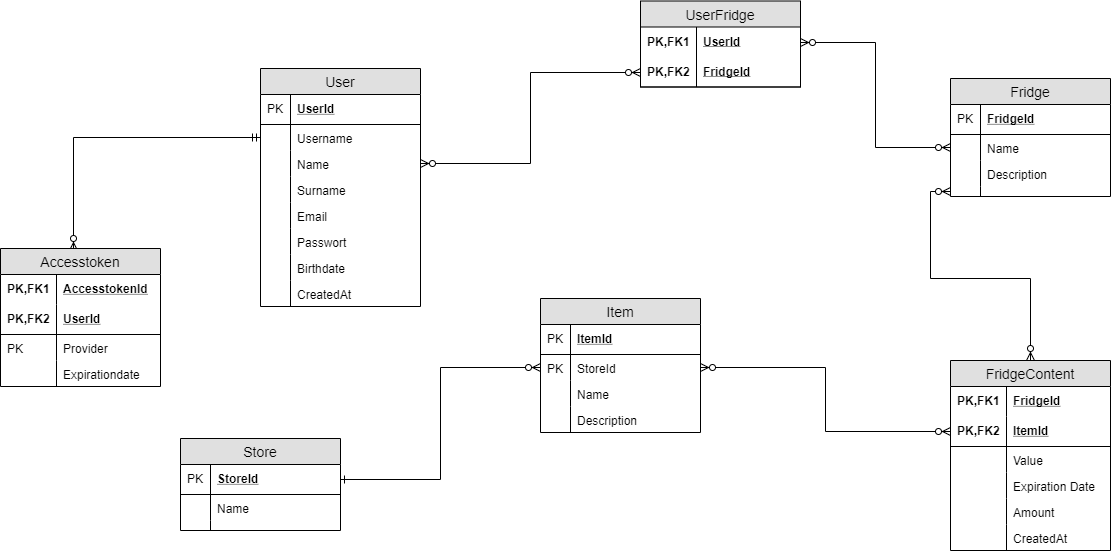
This is documentation/database/Fridgify_Tables.png from Fridgify/Fridgify, a draw.io export, as it was before one commit. Source tidied: cells renumbered, new cells last; positions are measured from the earlier drawing's top-left corner, leaving out a move shared by most shapes.
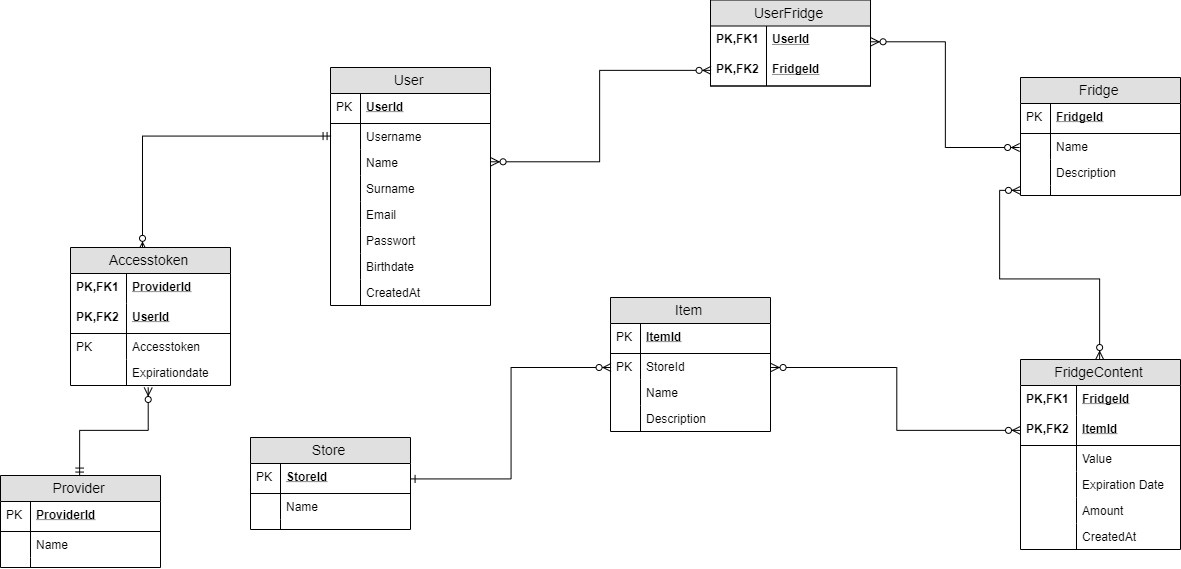
Above is the later version.

Commit message:
update table structure - added provider table and changed fk structure of accesstoken

Change to the diagram source:
```diff
@@ -179,7 +179,7 @@
     <mxCell id="60" value="Accesstoken" style="swimlane;fontStyle=0;horizontal=1;startSize=26;fillColor=#e0e0e0;swimlaneFillColor=#ffffff;align=center;fontSize=14;" parent="1" vertex="1">
       <mxGeometry y="248" width="160" height="138" as="geometry" />
     </mxCell>
-    <mxCell id="61" value="AccesstokenId" style="shape=partialRectangle;top=0;left=0;right=0;bottom=0;align=left;verticalAlign=middle;fillColor=none;spacingLeft=60;spacingRight=4;overflow=hidden;fontStyle=5;fontSize=12;" parent="60" vertex="1">
+    <mxCell id="61" value="ProviderId" style="shape=partialRectangle;top=0;left=0;right=0;bottom=0;align=left;verticalAlign=middle;fillColor=none;spacingLeft=60;spacingRight=4;overflow=hidden;fontStyle=5;fontSize=12;" parent="60" vertex="1">
       <mxGeometry y="26" width="160" height="30" as="geometry" />
     </mxCell>
     <mxCell id="62" value="PK,FK1" style="shape=partialRectangle;fontStyle=1;top=0;left=0;bottom=0;fillColor=none;align=left;verticalAlign=middle;spacingLeft=4;spacingRight=4;overflow=hidden;fontSize=12;" parent="61" vertex="1">
@@ -191,7 +191,7 @@
     <mxCell id="64" value="PK,FK2" style="shape=partialRectangle;fontStyle=1;top=0;left=0;bottom=0;fillColor=none;align=left;verticalAlign=middle;spacingLeft=4;spacingRight=4;overflow=hidden;fontSize=12;" parent="63" vertex="1">
       <mxGeometry width="56" height="30" as="geometry" />
     </mxCell>
-    <mxCell id="65" value="Provider" style="shape=partialRectangle;top=0;left=0;right=0;bottom=0;align=left;verticalAlign=top;fillColor=none;spacingLeft=60;spacingRight=4;overflow=hidden;fontSize=12;" parent="60" vertex="1">
+    <mxCell id="65" value="Accesstoken" style="shape=partialRectangle;top=0;left=0;right=0;bottom=0;align=left;verticalAlign=top;fillColor=none;spacingLeft=60;spacingRight=4;overflow=hidden;fontSize=12;" parent="60" vertex="1">
       <mxGeometry y="86" width="160" height="26" as="geometry" />
     </mxCell>
     <mxCell id="66" value="PK" style="shape=partialRectangle;top=0;left=0;bottom=0;fillColor=none;align=left;verticalAlign=top;spacingLeft=4;spacingRight=4;overflow=hidden;fontSize=12;" parent="65" vertex="1">
@@ -227,5 +227,29 @@
     <mxCell id="76" style="edgeStyle=orthogonalEdgeStyle;rounded=0;jettySize=auto;html=1;exitX=1;exitY=0.5;exitDx=0;exitDy=0;entryX=0;entryY=0.5;entryDx=0;entryDy=0;startArrow=ERone;startFill=0;endArrow=ERzeroToMany;endFill=1;" parent="1" edge="1" source="70" target="31">
       <mxGeometry relative="1" as="geometry" />
     </mxCell>
+    <mxCell id="77" style="edgeStyle=orthogonalEdgeStyle;rounded=0;jettySize=auto;html=1;exitX=0.5;exitY=0;exitDx=0;exitDy=0;entryX=0.492;entryY=1.027;entryDx=0;entryDy=0;entryPerimeter=0;endArrow=ERzeroToMany;endFill=1;startArrow=ERmandOne;startFill=0;" parent="1" edge="1" source="78" target="67">
+      <mxGeometry relative="1" as="geometry" />
+    </mxCell>
+    <mxCell id="78" value="Provider" style="swimlane;fontStyle=0;horizontal=1;startSize=26;fillColor=#e0e0e0;swimlaneFillColor=#ffffff;align=center;fontSize=14;" parent="1" vertex="1">
+      <mxGeometry x="-70" y="476" width="160" height="92" as="geometry" />
+    </mxCell>
+    <mxCell id="79" value="ProviderId" style="shape=partialRectangle;top=0;left=0;right=0;bottom=1;align=left;verticalAlign=middle;fillColor=none;spacingLeft=34;spacingRight=4;overflow=hidden;fontStyle=5;fontSize=12;" parent="78" vertex="1">
+      <mxGeometry y="26" width="160" height="30" as="geometry" />
+    </mxCell>
+    <mxCell id="80" value="PK" style="shape=partialRectangle;top=0;left=0;bottom=0;fillColor=none;align=left;verticalAlign=middle;spacingLeft=4;spacingRight=4;overflow=hidden;fontSize=12;" parent="79" vertex="1">
+      <mxGeometry width="30" height="30" as="geometry" />
+    </mxCell>
+    <mxCell id="81" value="Name" style="shape=partialRectangle;top=0;left=0;right=0;bottom=0;align=left;verticalAlign=top;fillColor=none;spacingLeft=34;spacingRight=4;overflow=hidden;fontSize=12;" parent="78" vertex="1">
+      <mxGeometry y="56" width="160" height="26" as="geometry" />
+    </mxCell>
+    <mxCell id="82" style="shape=partialRectangle;top=0;left=0;bottom=0;fillColor=none;align=left;verticalAlign=top;spacingLeft=4;spacingRight=4;overflow=hidden;fontSize=12;" parent="81" vertex="1">
+      <mxGeometry width="30" height="26" as="geometry" />
+    </mxCell>
+    <mxCell id="83" style="shape=partialRectangle;top=0;left=0;right=0;bottom=0;align=left;verticalAlign=top;fillColor=none;spacingLeft=34;spacingRight=4;overflow=hidden;fontSize=12;" parent="78" vertex="1">
+      <mxGeometry y="82" width="160" height="10" as="geometry" />
+    </mxCell>
+    <mxCell id="84" style="shape=partialRectangle;top=0;left=0;bottom=0;fillColor=none;align=left;verticalAlign=top;spacingLeft=4;spacingRight=4;overflow=hidden;fontSize=12;" parent="83" vertex="1">
+      <mxGeometry width="30" height="10" as="geometry" />
+    </mxCell>
   </root>
 </mxGraphModel>
```
